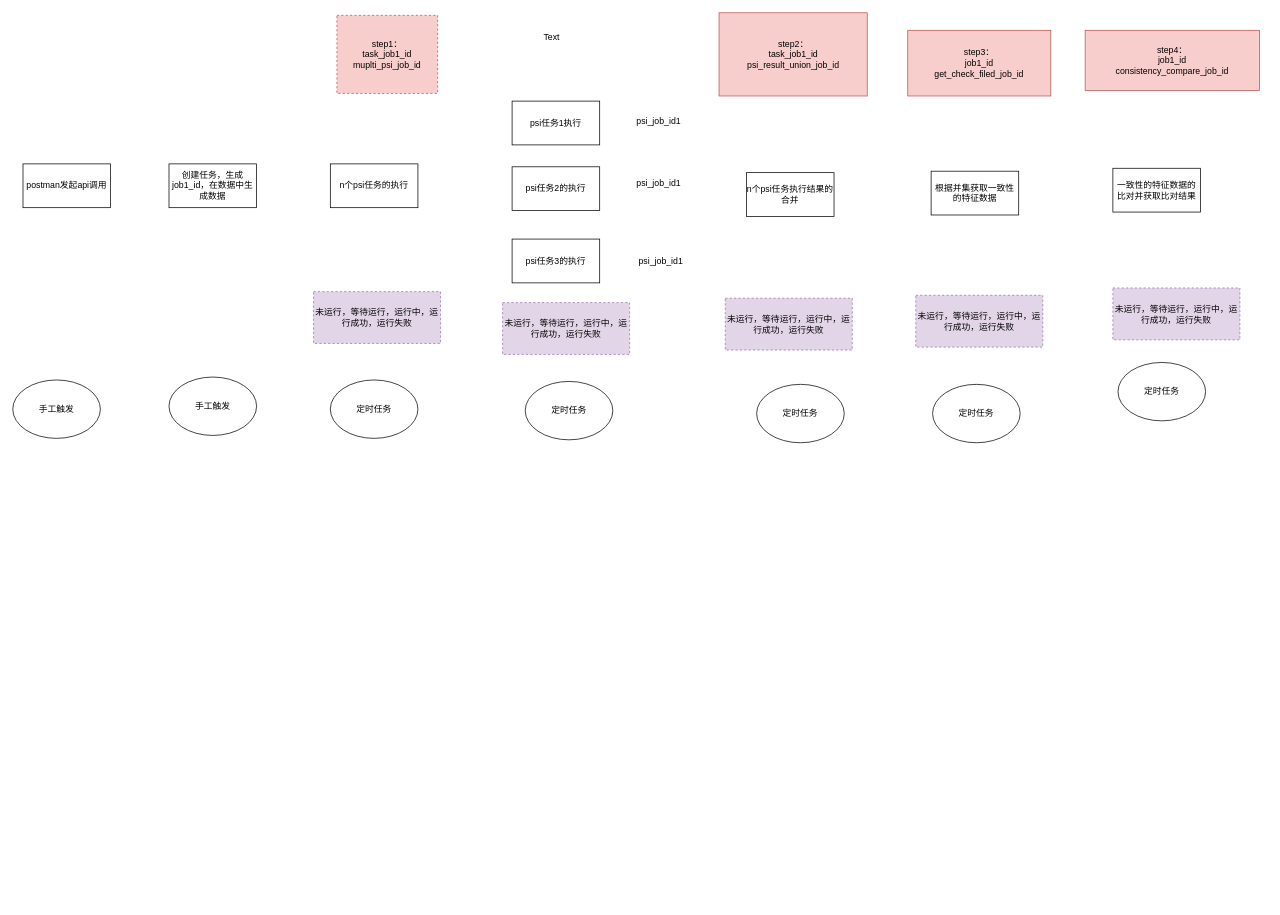
Above: PsiValidate/管信psiValidate项目.drawio in ljf0705/FlowPictureWithMorePoject (draw.io), before the change. Source tidied: cells renumbered, new cells numbered last; positions are measured from the earlier drawing's top-left corner, leaving out a move shared by most shapes. Both pictures are drawn from the tidied source at 73%, with x=0, y=0 at pixel (12, 12).
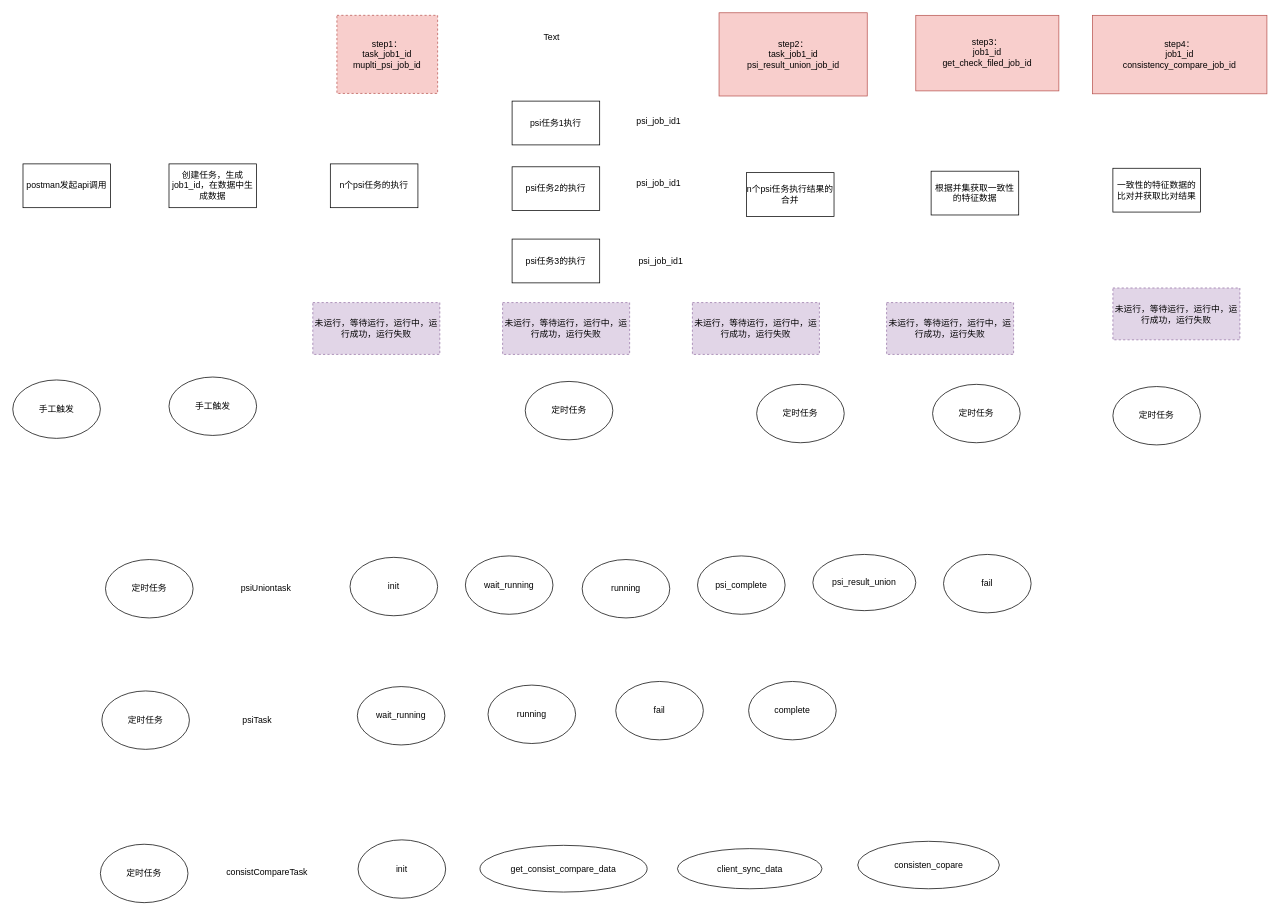
The same page after the edit.

Commit message:
更新管信psiValidate项目.drawio

Change to the diagram source:
```diff
@@
     <mxCell id="14" value="定时任务" style="ellipse;whiteSpace=wrap;html=1;" parent="1" vertex="1">
-      <mxGeometry x="1514" y="479" width="120" height="80" as="geometry" />
+      <mxGeometry x="1507" y="512" width="120" height="80" as="geometry" />
     </mxCell>
@@
     <mxCell id="16" value="定时任务" style="ellipse;whiteSpace=wrap;html=1;" parent="1" vertex="1">
-      <mxGeometry x="435" y="503" width="120" height="80" as="geometry" />
+      <mxGeometry x="127" y="749" width="120" height="80" as="geometry" />
     </mxCell>
@@
     <mxCell id="22" value="&lt;span&gt;step3：&lt;/span&gt;&lt;br&gt;&lt;span&gt;job1_id&lt;/span&gt;&lt;br&gt;&lt;span&gt;get_check_filed_job_id&lt;/span&gt;" style="text;html=1;strokeColor=#b85450;fillColor=#f8cecc;align=center;verticalAlign=middle;whiteSpace=wrap;rounded=0;" parent="1" vertex="1">
-      <mxGeometry x="1226" y="24" width="196" height="90" as="geometry" />
+      <mxGeometry x="1237" y="3.5" width="196" height="103.5" as="geometry" />
     </mxCell>
     <mxCell id="23" value="&lt;span&gt;step4：&lt;/span&gt;&lt;br&gt;&lt;span&gt;job1_id&lt;/span&gt;&lt;br&gt;&lt;span&gt;consistency_compare_job_id&lt;/span&gt;" style="text;html=1;strokeColor=#b85450;fillColor=#f8cecc;align=center;verticalAlign=middle;whiteSpace=wrap;rounded=0;" parent="1" vertex="1">
-      <mxGeometry x="1469" y="24" width="239" height="82.5" as="geometry" />
+      <mxGeometry x="1479" y="3.5" width="239" height="107.5" as="geometry" />
     </mxCell>
@@
     <mxCell id="26" value="未运行，等待运行，运行中，运行成功，运行失败" style="text;html=1;strokeColor=#9673a6;fillColor=#e1d5e7;align=center;verticalAlign=middle;whiteSpace=wrap;rounded=0;dashed=1;" parent="1" vertex="1">
-      <mxGeometry x="412" y="382" width="174" height="71" as="geometry" />
+      <mxGeometry x="411" y="397" width="174" height="71" as="geometry" />
     </mxCell>
@@
     <mxCell id="28" value="未运行，等待运行，运行中，运行成功，运行失败" style="text;html=1;strokeColor=#9673a6;fillColor=#e1d5e7;align=center;verticalAlign=middle;whiteSpace=wrap;rounded=0;dashed=1;" parent="1" vertex="1">
-      <mxGeometry x="976" y="391" width="174" height="71" as="geometry" />
+      <mxGeometry x="931" y="397" width="174" height="71" as="geometry" />
     </mxCell>
     <mxCell id="29" value="未运行，等待运行，运行中，运行成功，运行失败" style="text;html=1;strokeColor=#9673a6;fillColor=#e1d5e7;align=center;verticalAlign=middle;whiteSpace=wrap;rounded=0;dashed=1;" parent="1" vertex="1">
-      <mxGeometry x="1237" y="387" width="174" height="71" as="geometry" />
+      <mxGeometry x="1197" y="397" width="174" height="71" as="geometry" />
     </mxCell>
@@
+    <mxCell id="31" style="shape=partialRectangle;html=1;whiteSpace=wrap;fillColor=none;top=0;left=0;bottom=0;right=0;dashed=1;strokeColor=default;" parent="1" vertex="1">
+      <mxGeometry x="914" y="646" width="577" height="38" as="geometry" />
+    </mxCell>
+    <mxCell id="32" style="shape=partialRectangle;html=1;whiteSpace=wrap;fillColor=none;top=0;left=0;bottom=0;right=0;overflow=hidden;dashed=1;strokeColor=default;" parent="31" vertex="1">
+      <mxGeometry x="385" width="192" height="38" as="geometry" />
+    </mxCell>
+    <mxCell id="33" style="shape=partialRectangle;html=1;whiteSpace=wrap;fillColor=none;top=0;left=0;bottom=0;right=0;dashed=1;strokeColor=default;" parent="1" vertex="1">
+      <mxGeometry x="914" y="570" width="577" height="38" as="geometry" />
+    </mxCell>
+    <mxCell id="34" style="shape=partialRectangle;html=1;whiteSpace=wrap;fillColor=none;top=0;left=0;bottom=0;right=0;overflow=hidden;dashed=1;strokeColor=default;" parent="33" vertex="1">
+      <mxGeometry width="192" height="38" as="geometry" />
+    </mxCell>
+    <mxCell id="35" style="shape=partialRectangle;html=1;whiteSpace=wrap;fillColor=none;top=0;left=0;bottom=0;right=0;overflow=hidden;dashed=1;strokeColor=default;" parent="33" vertex="1">
+      <mxGeometry x="192" width="193" height="38" as="geometry" />
+    </mxCell>
+    <mxCell id="36" style="shape=partialRectangle;html=1;whiteSpace=wrap;fillColor=none;top=0;left=0;bottom=0;right=0;overflow=hidden;dashed=1;strokeColor=default;" parent="33" vertex="1">
+      <mxGeometry x="385" width="192" height="38" as="geometry" />
+    </mxCell>
+    <mxCell id="37" value="&lt;span style=&quot;text-align: left&quot;&gt;init&lt;/span&gt;" style="ellipse;whiteSpace=wrap;html=1;rounded=0;fontFamily=Helvetica;fontSize=12;fontColor=default;strokeColor=default;fillColor=none;gradientColor=none;" parent="1" vertex="1">
+      <mxGeometry x="462" y="746" width="120" height="80" as="geometry" />
+    </mxCell>
+    <mxCell id="38" value="&lt;span style=&quot;text-align: left&quot;&gt;wait_running&lt;/span&gt;" style="ellipse;whiteSpace=wrap;html=1;rounded=0;fontFamily=Helvetica;fontSize=12;fontColor=default;strokeColor=default;fillColor=none;gradientColor=none;" parent="1" vertex="1">
+      <mxGeometry x="620" y="744" width="120" height="80" as="geometry" />
+    </mxCell>
+    <mxCell id="39" value="&lt;span style=&quot;text-align: left&quot;&gt;running&lt;/span&gt;" style="ellipse;whiteSpace=wrap;html=1;rounded=0;fontFamily=Helvetica;fontSize=12;fontColor=default;strokeColor=default;fillColor=none;gradientColor=none;" parent="1" vertex="1">
+      <mxGeometry x="780" y="749" width="120" height="80" as="geometry" />
+    </mxCell>
+    <mxCell id="40" value="&lt;span style=&quot;text-align: left&quot;&gt;psi_complete&lt;/span&gt;" style="ellipse;whiteSpace=wrap;html=1;rounded=0;fontFamily=Helvetica;fontSize=12;fontColor=default;strokeColor=default;fillColor=none;gradientColor=none;" parent="1" vertex="1">
+      <mxGeometry x="938" y="744" width="120" height="80" as="geometry" />
+    </mxCell>
+    <mxCell id="41" value="&lt;div style=&quot;text-align: left&quot;&gt;&lt;span&gt;psi_result_union&lt;/span&gt;&lt;/div&gt;" style="ellipse;whiteSpace=wrap;html=1;rounded=0;fontFamily=Helvetica;fontSize=12;fontColor=default;strokeColor=default;fillColor=none;gradientColor=none;" parent="1" vertex="1">
+      <mxGeometry x="1096" y="742" width="141" height="77" as="geometry" />
+    </mxCell>
+    <mxCell id="42" value="&lt;span style=&quot;text-align: left&quot;&gt;client_sync_data&lt;/span&gt;" style="ellipse;whiteSpace=wrap;html=1;rounded=0;fontFamily=Helvetica;fontSize=12;fontColor=default;strokeColor=default;fillColor=none;gradientColor=none;" parent="1" vertex="1">
+      <mxGeometry x="910.5" y="1145" width="198" height="55" as="geometry" />
+    </mxCell>
+    <mxCell id="43" value="&lt;div style=&quot;text-align: left&quot;&gt;get_consist_compare_data&lt;/div&gt;" style="ellipse;whiteSpace=wrap;html=1;rounded=0;fontFamily=Helvetica;fontSize=12;fontColor=default;strokeColor=default;fillColor=none;gradientColor=none;" parent="1" vertex="1">
+      <mxGeometry x="640" y="1140.5" width="229" height="64" as="geometry" />
+    </mxCell>
+    <mxCell id="44" value="&lt;div style=&quot;text-align: left&quot;&gt;consisten_copare&lt;/div&gt;" style="ellipse;whiteSpace=wrap;html=1;rounded=0;fontFamily=Helvetica;fontSize=12;fontColor=default;strokeColor=default;fillColor=none;gradientColor=none;" parent="1" vertex="1">
+      <mxGeometry x="1157.5" y="1135" width="194" height="65" as="geometry" />
+    </mxCell>
+    <mxCell id="45" value="&lt;span style=&quot;text-align: left&quot;&gt;fail&lt;br&gt;&lt;/span&gt;" style="ellipse;whiteSpace=wrap;html=1;rounded=0;fontFamily=Helvetica;fontSize=12;fontColor=default;strokeColor=default;fillColor=none;gradientColor=none;" parent="1" vertex="1">
+      <mxGeometry x="826" y="916" width="120" height="80" as="geometry" />
+    </mxCell>
+    <mxCell id="46" value="&lt;span style=&quot;text-align: left&quot;&gt;wait_running&lt;/span&gt;" style="ellipse;whiteSpace=wrap;html=1;rounded=0;fontFamily=Helvetica;fontSize=12;fontColor=default;strokeColor=default;fillColor=none;gradientColor=none;" parent="1" vertex="1">
+      <mxGeometry x="472" y="923" width="120" height="80" as="geometry" />
+    </mxCell>
+    <mxCell id="47" value="&lt;span style=&quot;text-align: left&quot;&gt;running&lt;/span&gt;" style="ellipse;whiteSpace=wrap;html=1;rounded=0;fontFamily=Helvetica;fontSize=12;fontColor=default;strokeColor=default;fillColor=none;gradientColor=none;" parent="1" vertex="1">
+      <mxGeometry x="651" y="921" width="120" height="80" as="geometry" />
+    </mxCell>
+    <mxCell id="48" value="&lt;span style=&quot;text-align: left&quot;&gt;fail&lt;br&gt;&lt;/span&gt;" style="ellipse;whiteSpace=wrap;html=1;rounded=0;fontFamily=Helvetica;fontSize=12;fontColor=default;strokeColor=default;fillColor=none;gradientColor=none;" parent="1" vertex="1">
+      <mxGeometry x="1275" y="742" width="120" height="80" as="geometry" />
+    </mxCell>
+    <mxCell id="49" value="psiUniontask" style="text;html=1;strokeColor=none;fillColor=none;align=center;verticalAlign=middle;whiteSpace=wrap;rounded=0;fontFamily=Helvetica;fontSize=12;fontColor=default;" parent="1" vertex="1">
+      <mxGeometry x="289" y="770" width="116" height="38" as="geometry" />
+    </mxCell>
+    <mxCell id="50" value="psiTask" style="text;html=1;strokeColor=none;fillColor=none;align=center;verticalAlign=middle;whiteSpace=wrap;rounded=0;fontFamily=Helvetica;fontSize=12;fontColor=default;" parent="1" vertex="1">
+      <mxGeometry x="305" y="954" width="60" height="30" as="geometry" />
+    </mxCell>
+    <mxCell id="51" value="&lt;span style=&quot;text-align: left&quot;&gt;complete&lt;br&gt;&lt;/span&gt;" style="ellipse;whiteSpace=wrap;html=1;rounded=0;fontFamily=Helvetica;fontSize=12;fontColor=default;strokeColor=default;fillColor=none;gradientColor=none;" parent="1" vertex="1">
+      <mxGeometry x="1008" y="916" width="120" height="80" as="geometry" />
+    </mxCell>
+    <mxCell id="52" value="consistCompareTask" style="text;html=1;strokeColor=none;fillColor=none;align=center;verticalAlign=middle;whiteSpace=wrap;rounded=0;fontFamily=Helvetica;fontSize=12;fontColor=default;" parent="1" vertex="1">
+      <mxGeometry x="271" y="1157.2" width="155" height="39" as="geometry" />
+    </mxCell>
+    <mxCell id="53" value="定时任务" style="ellipse;whiteSpace=wrap;html=1;" parent="1" vertex="1">
+      <mxGeometry x="122" y="929" width="120" height="80" as="geometry" />
+    </mxCell>
+    <mxCell id="54" value="定时任务" style="ellipse;whiteSpace=wrap;html=1;" parent="1" vertex="1">
+      <mxGeometry x="120" y="1139" width="120" height="80" as="geometry" />
+    </mxCell>
+    <mxCell id="55" value="&lt;span style=&quot;text-align: left&quot;&gt;init&lt;/span&gt;" style="ellipse;whiteSpace=wrap;html=1;rounded=0;fontFamily=Helvetica;fontSize=12;fontColor=default;strokeColor=default;fillColor=none;gradientColor=none;" parent="1" vertex="1">
+      <mxGeometry x="473" y="1133" width="120" height="80" as="geometry" />
+    </mxCell>
```
